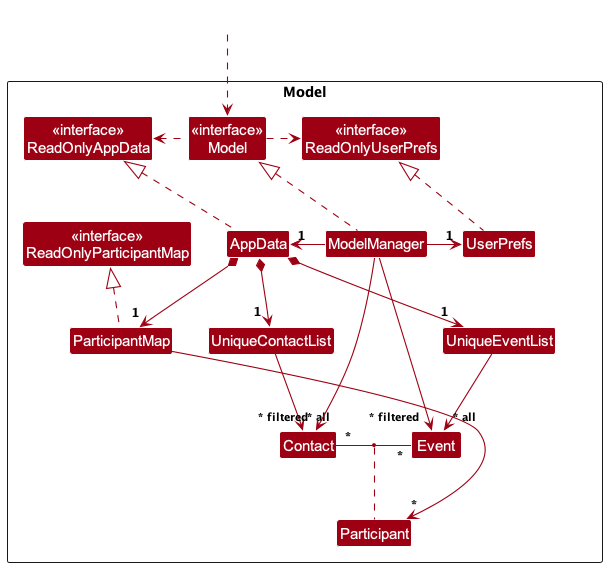
The PlantUML diagram diagrams/ModelClassDiagram.png in AY2526S1-CS2103T-F15b-2/tp, before a commit. Its source is kept beside it as diagrams/ModelClassDiagram.puml.
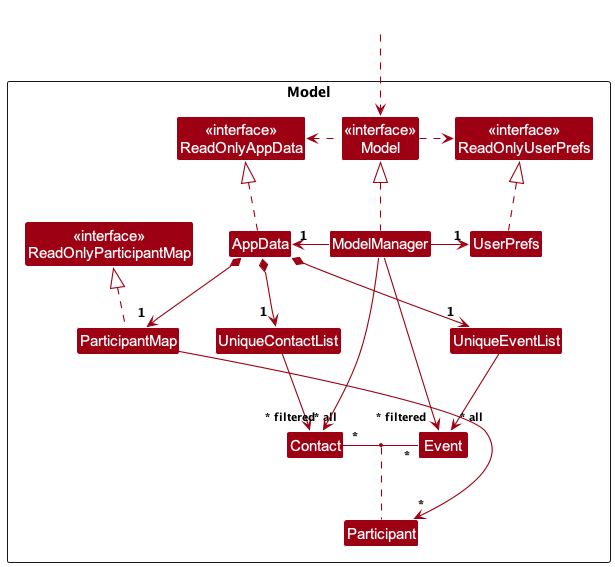
Later version of the same file.

Change to the diagram source:
```diff
@@ -21,7 +21,7 @@
 Class Participant
 Class ParticipantMap
 
-Class _____________ #FFFFFF
+Class WWWWWWWW #FFFFFF
 
 }
 
@@ -49,6 +49,7 @@
 (Contact, Event) .. Participant
 ParticipantMap -[norank]-> "~*" Participant
 
+WWWWWWWW -right[hidden]- ReadOnlyAppData
 UserPrefs -down[hidden]- UniqueEventList
 ParticipantMap -right[hidden]- UniqueContactList
 @enduml
```
